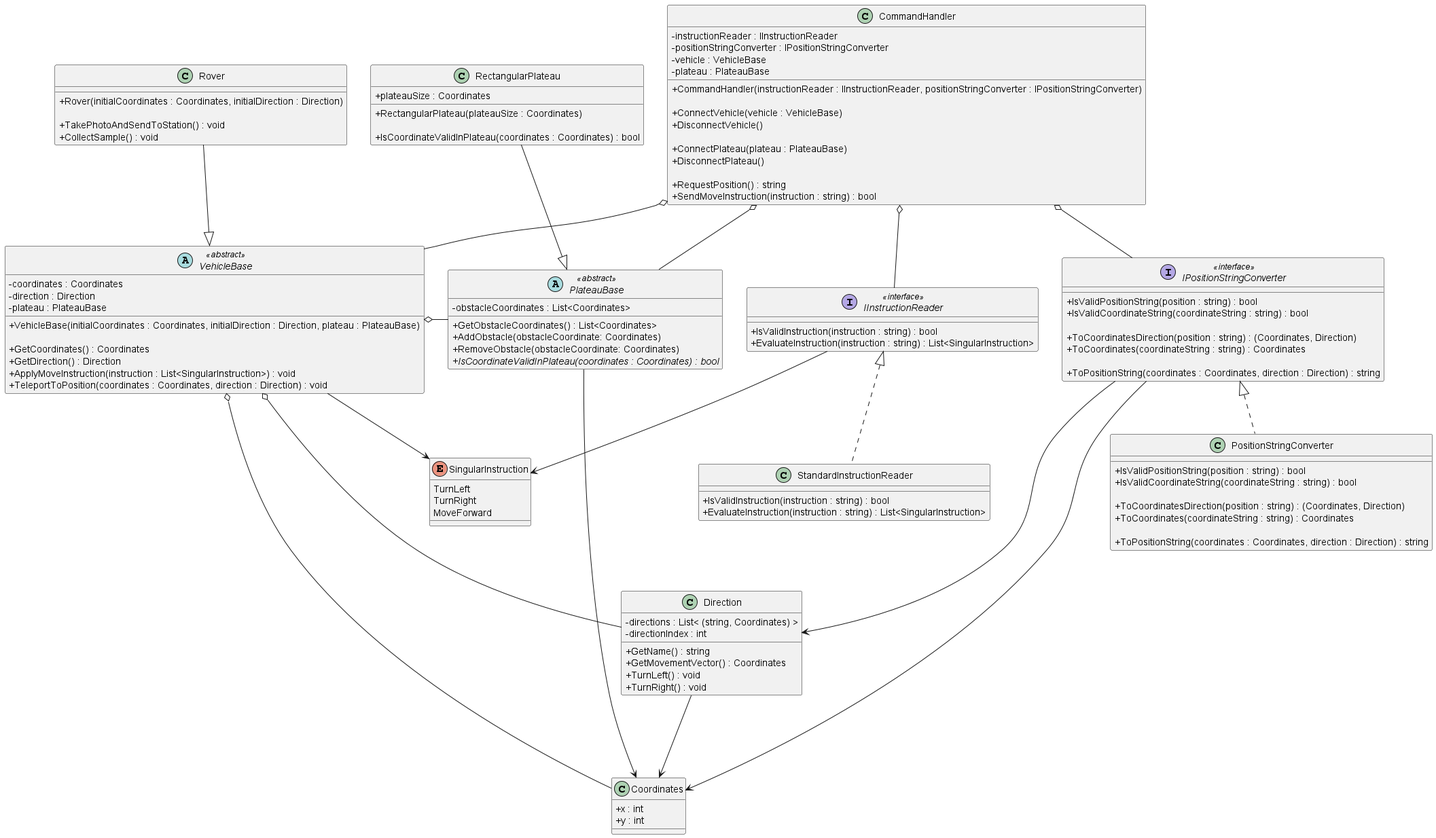
Before: puml/Mars Rover Challenge.png, a diagram exported from PlantUML (iamfranco/MarsRoverChallenge).
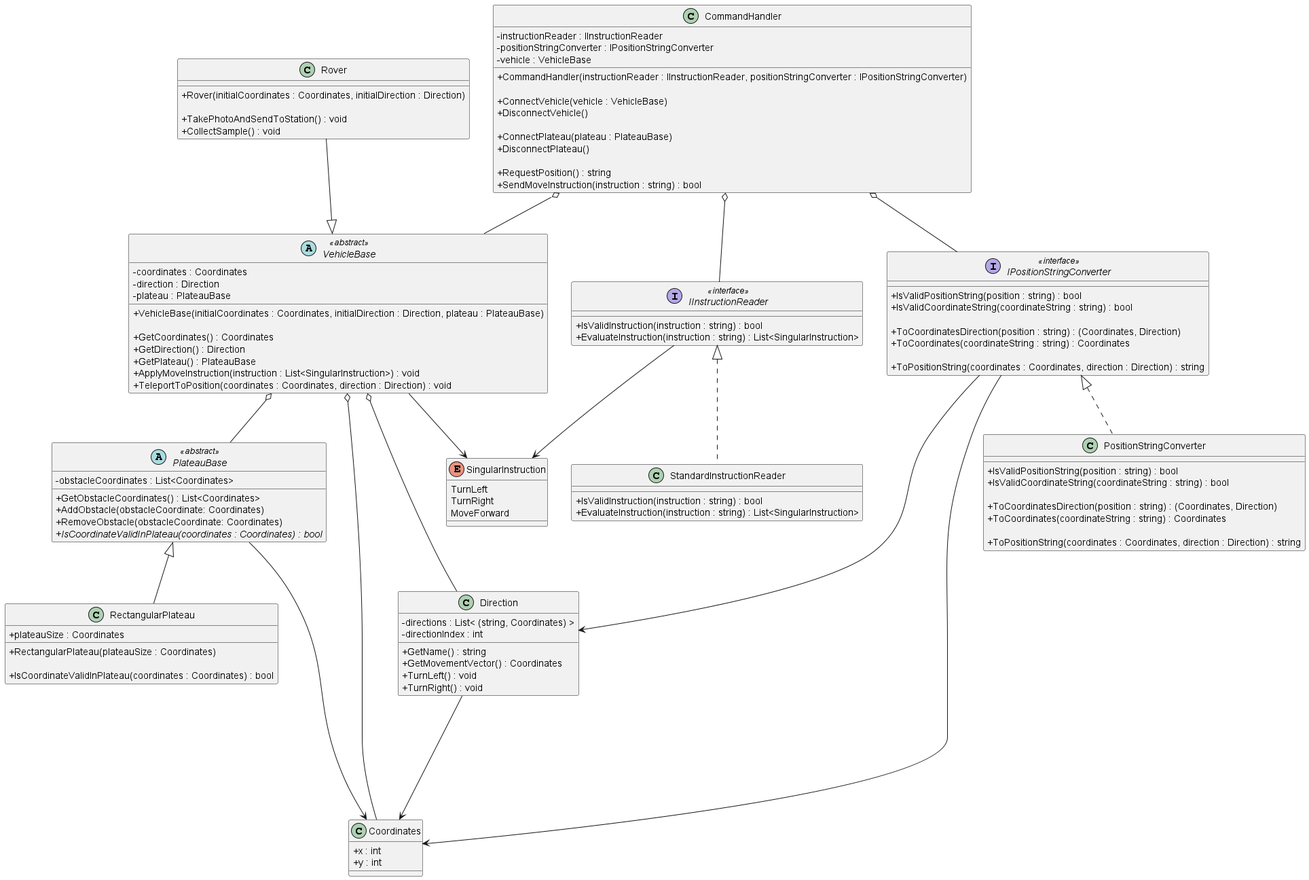
Later version of the same file.

Commit message:
UML: add getter for plateau in VehicleBase and remove plateau aggregation in CommandHandler

Diff of the diagram source:
```diff
@@ -88,6 +88,7 @@
 
   + GetCoordinates() : Coordinates
   + GetDirection() : Direction
+  + GetPlateau() : PlateauBase
   + ApplyMoveInstruction(instruction : List<SingularInstruction>) : void
   + TeleportToPosition(coordinates : Coordinates, direction : Direction) : void
 }
@@ -105,7 +106,6 @@
   - instructionReader : IInstructionReader
   - positionStringConverter : IPositionStringConverter
   - vehicle : VehicleBase
-  - plateau : PlateauBase
 
   + CommandHandler(instructionReader : IInstructionReader, positionStringConverter : IPositionStringConverter)
 
@@ -122,7 +122,6 @@
 CommandHandler o-- IInstructionReader
 CommandHandler o-- IPositionStringConverter
 CommandHandler o-- VehicleBase
-CommandHandler o-- PlateauBase
 
 IInstructionReader --> SingularInstruction
 IInstructionReader <|.. StandardInstructionReader
@@ -131,13 +130,13 @@
 VehicleBase --> SingularInstruction
 VehicleBase o--- Direction
 VehicleBase o---- Coordinates
-VehicleBase o- PlateauBase
+VehicleBase o-- PlateauBase
 
 IPositionStringConverter <|.. PositionStringConverter
 IPositionStringConverter ---> Direction
-IPositionStringConverter ----> Coordinates
+IPositionStringConverter ---> Coordinates
 
-PlateauBase <|-u- RectangularPlateau
+PlateauBase <|-- RectangularPlateau
 PlateauBase -----> Coordinates
 
 Direction --> Coordinates
```
